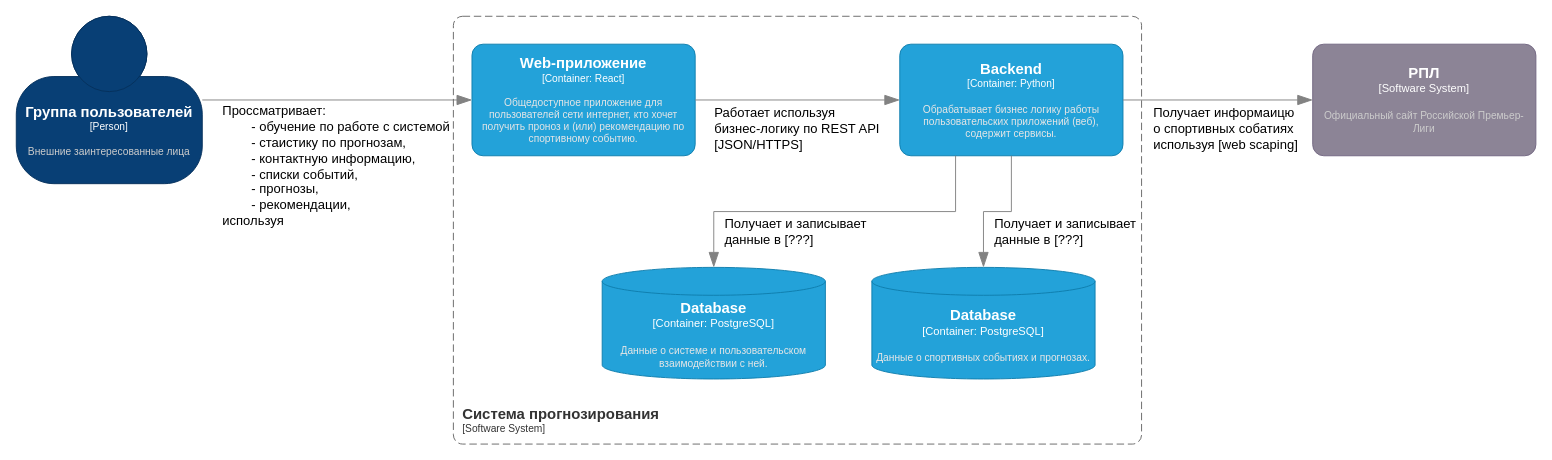
Before: page "conteiner" (2 of 3) of lab_work_2/docs/drawio/lab_2.drawio in vl4xd/hse_paps_labs, a draw.io diagram. Source tidied: cells renumbered, new cells numbered last; positions are measured from the earlier drawing's top-left corner, leaving out a move shared by most shapes. Both pictures are drawn from the tidied source at 93%, with x=0, y=0 at pixel (16, 16).
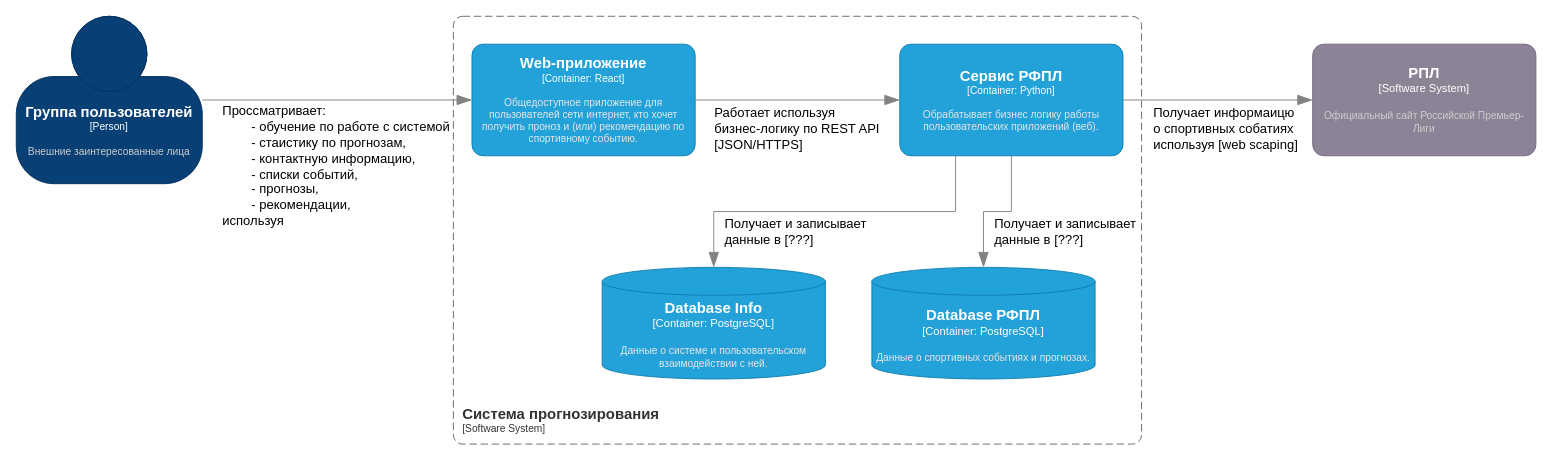
Above is the later version.

What changed in the source:
```diff
@@
-    <object id="5" label="&lt;font style=&quot;font-size: 16px&quot;&gt;&lt;b&gt;%c4Name%&lt;/b&gt;&lt;/font&gt;&lt;div&gt;[%c4Type%: %c4Technology%]&lt;/div&gt;&lt;br&gt;&lt;div&gt;&lt;font style=&quot;font-size: 11px&quot;&gt;&lt;font color=&quot;#E6E6E6&quot;&gt;%c4Description%&lt;/font&gt;&lt;/div&gt;" c4Description="Обрабатывает бизнес логику работы пользовательских приложений (веб), содержит сервисы." c4Name="Backend" c4Technology="Python" c4Type="Container" placeholders="1">
+    <object id="5" label="&lt;font style=&quot;font-size: 16px&quot;&gt;&lt;b&gt;%c4Name%&lt;/b&gt;&lt;/font&gt;&lt;div&gt;[%c4Type%: %c4Technology%]&lt;/div&gt;&lt;br&gt;&lt;div&gt;&lt;font style=&quot;font-size: 11px&quot;&gt;&lt;font color=&quot;#E6E6E6&quot;&gt;%c4Description%&lt;/font&gt;&lt;/div&gt;" c4Description="Обрабатывает бизнес логику работы пользовательских приложений (веб)." c4Name="Cервис РФПЛ" c4Technology="Python" c4Type="Container" placeholders="1">
       <mxCell style="rounded=1;whiteSpace=wrap;html=1;fontSize=11;labelBackgroundColor=none;fillColor=#23A2D9;fontColor=#ffffff;align=center;arcSize=10;strokeColor=#0E7DAD;points=[[0.25,0,0],[0.5,0,0],[0.75,0,0],[1,0.25,0],[1,0.5,0],[1,0.75,0],[0.75,1,0],[0.5,1,0],[0.25,1,0],[0,0.75,0],[0,0.5,0],[0,0.25,0]];" parent="1" vertex="1">
         <mxGeometry x="950" y="30" width="240" height="120" as="geometry" />
       </mxCell>
     </object>
@@
-    <object id="13" label="&lt;font style=&quot;font-size: 16px&quot;&gt;&lt;b&gt;%c4Name%&lt;/b&gt;&lt;/font&gt;&lt;div&gt;[%c4Type%:&amp;nbsp;%c4Technology%]&lt;/div&gt;&lt;br&gt;&lt;div&gt;&lt;font style=&quot;font-size: 11px&quot;&gt;&lt;font color=&quot;#E6E6E6&quot;&gt;%c4Description%&lt;/font&gt;&lt;/div&gt;" c4Description="Данные о спортивных событиях и прогнозах." c4Name="Database" c4Technology="PostgreSQL" c4Type="Container" placeholders="1">
+    <object id="13" label="&lt;font style=&quot;font-size: 16px&quot;&gt;&lt;b&gt;%c4Name%&lt;/b&gt;&lt;/font&gt;&lt;div&gt;[%c4Type%:&amp;nbsp;%c4Technology%]&lt;/div&gt;&lt;br&gt;&lt;div&gt;&lt;font style=&quot;font-size: 11px&quot;&gt;&lt;font color=&quot;#E6E6E6&quot;&gt;%c4Description%&lt;/font&gt;&lt;/div&gt;" c4Description="Данные о спортивных событиях и прогнозах." c4Name="Database РФПЛ" c4Technology="PostgreSQL" c4Type="Container" placeholders="1">
       <mxCell style="shape=cylinder3;size=15;whiteSpace=wrap;html=1;boundedLbl=1;rounded=0;labelBackgroundColor=none;fillColor=#23A2D9;fontSize=12;fontColor=#ffffff;align=center;strokeColor=#0E7DAD;points=[[0.5,0,0],[1,0.25,0],[1,0.5,0],[1,0.75,0],[0.5,1,0],[0,0.75,0],[0,0.5,0],[0,0.25,0]];" parent="1" vertex="1">
         <mxGeometry x="920" y="270" width="240" height="120" as="geometry" />
       </mxCell>
     </object>
-    <object id="14" label="&lt;font style=&quot;font-size: 16px&quot;&gt;&lt;b&gt;%c4Name%&lt;/b&gt;&lt;/font&gt;&lt;div&gt;[%c4Type%:&amp;nbsp;%c4Technology%]&lt;/div&gt;&lt;br&gt;&lt;div&gt;&lt;font style=&quot;font-size: 11px&quot;&gt;&lt;font color=&quot;#E6E6E6&quot;&gt;%c4Description%&lt;/font&gt;&lt;/div&gt;" c4Description="Данные о системе и пользовательском взаимодействии с ней." c4Name="Database" c4Technology="PostgreSQL" c4Type="Container" placeholders="1">
+    <object id="14" label="&lt;font style=&quot;font-size: 16px&quot;&gt;&lt;b&gt;%c4Name%&lt;/b&gt;&lt;/font&gt;&lt;div&gt;[%c4Type%:&amp;nbsp;%c4Technology%]&lt;/div&gt;&lt;br&gt;&lt;div&gt;&lt;font style=&quot;font-size: 11px&quot;&gt;&lt;font color=&quot;#E6E6E6&quot;&gt;%c4Description%&lt;/font&gt;&lt;/div&gt;" c4Description="Данные о системе и пользовательском взаимодействии с ней." c4Name="Database Info" c4Technology="PostgreSQL" c4Type="Container" placeholders="1">
       <mxCell style="shape=cylinder3;size=15;whiteSpace=wrap;html=1;boundedLbl=1;rounded=0;labelBackgroundColor=none;fillColor=#23A2D9;fontSize=12;fontColor=#ffffff;align=center;strokeColor=#0E7DAD;points=[[0.5,0,0],[1,0.25,0],[1,0.5,0],[1,0.75,0],[0.5,1,0],[0,0.75,0],[0,0.5,0],[0,0.25,0]];" parent="1" vertex="1">
         <mxGeometry x="630" y="270" width="240" height="120" as="geometry" />
       </mxCell>
     </object>
```
